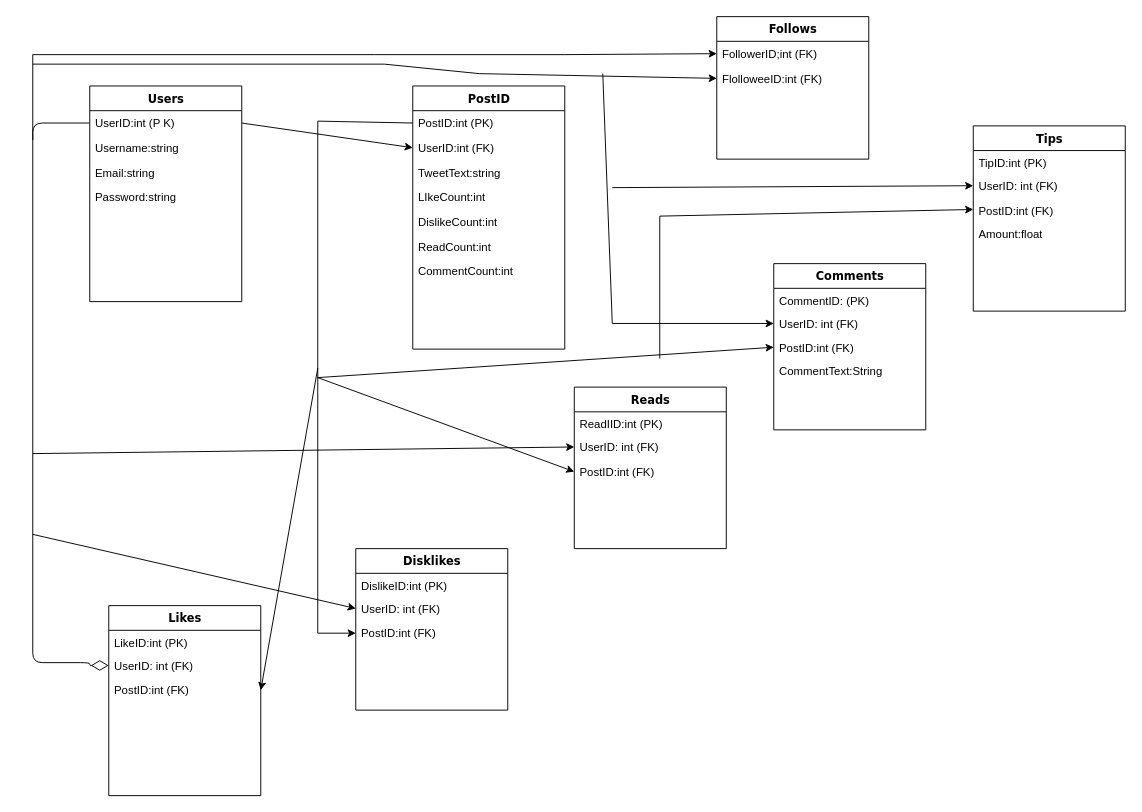
Before: database Diagram.drawio in Maoxi16/assignment, a draw.io diagram. Source tidied: cells renumbered, new cells numbered last; positions are measured from the earlier drawing's top-left corner, leaving out a move shared by most shapes. Both pictures are drawn from the tidied source at 95%, with x=0, y=0 at pixel (32, 16).
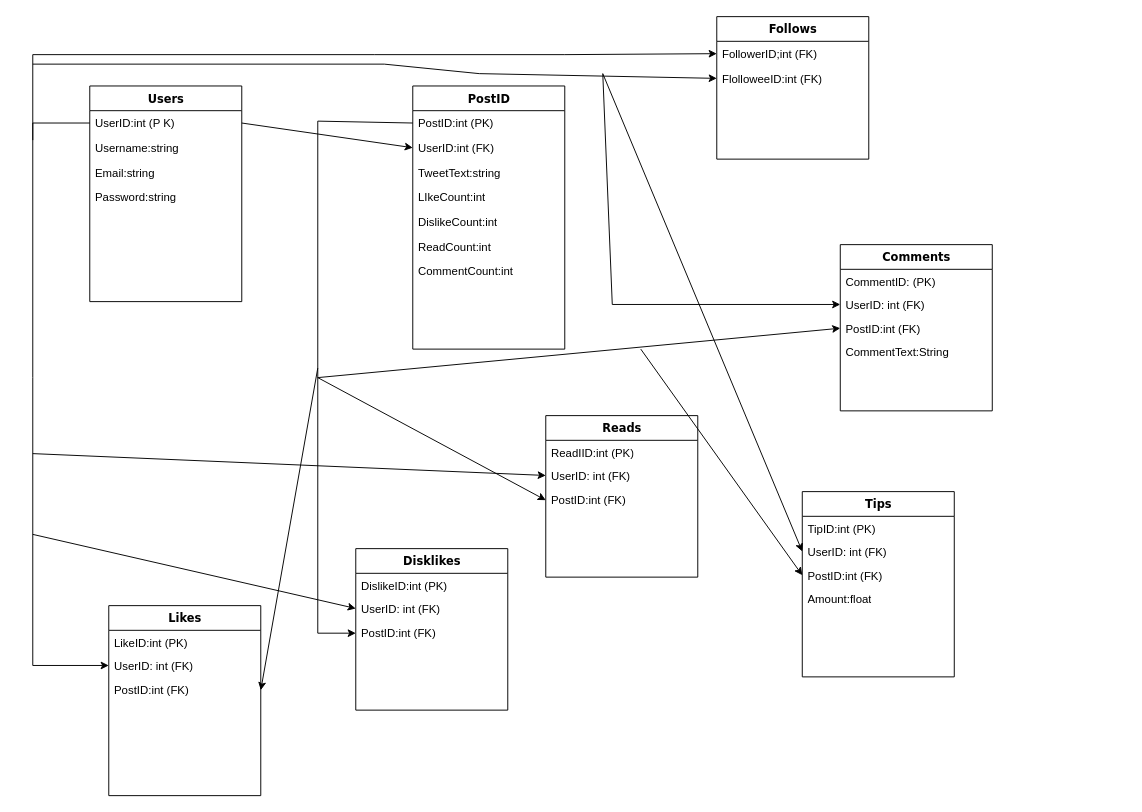
Above is the later version.

The change refers to these unchanged cells:
```xml
<mxCell id="4" value="UserID:int (P K)" style="text;html=1;strokeColor=none;fillColor=none;align=left;verticalAlign=top;spacingLeft=4;spacingRight=4;whiteSpace=wrap;overflow=hidden;points=[[0,0.5],[1,0.5]];portConstraint=eastwest;" parent="3" vertex="1">
  <mxGeometry y="26" width="160" height="26" as="geometry" />
</mxCell>
<mxCell id="21" value="UserID: int (FK)" style="text;html=1;strokeColor=none;fillColor=none;align=left;verticalAlign=top;spacingLeft=4;spacingRight=4;whiteSpace=wrap;overflow=hidden;points=[[0,0.5],[1,0.5]];portConstraint=eastwest;" parent="19" vertex="1">
  <mxGeometry y="50" width="160" height="26" as="geometry" />
</mxCell>
<mxCell id="33" value="UserID: int (FK)" style="text;html=1;strokeColor=none;fillColor=none;align=left;verticalAlign=top;spacingLeft=4;spacingRight=4;whiteSpace=wrap;overflow=hidden;points=[[0,0.5],[1,0.5]];portConstraint=eastwest;" parent="31" vertex="1">
  <mxGeometry y="50" width="160" height="26" as="geometry" />
</mxCell>
<mxCell id="38" value="UserID: int (FK)" style="text;html=1;strokeColor=none;fillColor=none;align=left;verticalAlign=top;spacingLeft=4;spacingRight=4;whiteSpace=wrap;overflow=hidden;points=[[0,0.5],[1,0.5]];portConstraint=eastwest;" parent="36" vertex="1">
  <mxGeometry y="50" width="160" height="26" as="geometry" />
</mxCell>
<mxCell id="39" value="PostID:int (FK)" style="text;html=1;strokeColor=none;fillColor=none;align=left;verticalAlign=top;spacingLeft=4;spacingRight=4;whiteSpace=wrap;overflow=hidden;points=[[0,0.5],[1,0.5]];portConstraint=eastwest;" parent="36" vertex="1">
  <mxGeometry y="76" width="160" height="24" as="geometry" />
</mxCell>
```

The edit, as a diff of the source:
```diff
@@
-    <mxCell id="2" style="edgeStyle=orthogonalEdgeStyle;html=1;labelBackgroundColor=none;startFill=0;startSize=8;endArrow=diamondThin;endFill=0;endSize=16;fontFamily=Verdana;fontSize=12;exitX=0;exitY=0.5;exitDx=0;exitDy=0;entryX=0;entryY=0.5;entryDx=0;entryDy=0;" parent="1" edge="1" source="4" target="21">
-      <mxGeometry relative="1" as="geometry">
-        <Array as="points">
-          <mxPoint y="112" />
-          <mxPoint y="680" />
-          <mxPoint x="60" y="680" />
-          <mxPoint x="60" y="683" />
-        </Array>
-      </mxGeometry>
-    </mxCell>
@@
     <mxCell id="27" value="Reads" style="swimlane;html=1;fontStyle=1;align=center;verticalAlign=top;horizontal=1;startSize=26;swimlaneFillColor=#ffffff;rounded=0;shadow=0;comic=0;labelBackgroundColor=none;strokeWidth=1;fillColor=none;fontFamily=Verdana;fontSize=12;" parent="1" vertex="1">
-      <mxGeometry x="570" y="390" width="160" height="170" as="geometry" />
+      <mxGeometry x="540" y="420" width="160" height="170" as="geometry" />
     </mxCell>
@@
     <mxCell id="31" value="Comments" style="swimlane;html=1;fontStyle=1;align=center;verticalAlign=top;horizontal=1;startSize=26;swimlaneFillColor=#ffffff;rounded=0;shadow=0;comic=0;labelBackgroundColor=none;strokeWidth=1;fillColor=none;fontFamily=Verdana;fontSize=12;" parent="1" vertex="1">
-      <mxGeometry x="780" y="260" width="160" height="175" as="geometry" />
+      <mxGeometry x="850" y="240" width="160" height="175" as="geometry" />
     </mxCell>
@@
     <mxCell id="36" value="Tips" style="swimlane;html=1;fontStyle=1;align=center;verticalAlign=top;horizontal=1;startSize=26;swimlaneFillColor=#ffffff;rounded=0;shadow=0;comic=0;labelBackgroundColor=none;strokeWidth=1;fillColor=none;fontFamily=Verdana;fontSize=12;" parent="1" vertex="1">
-      <mxGeometry x="990" y="115" width="160" height="195" as="geometry" />
+      <mxGeometry x="810" y="500" width="160" height="195" as="geometry" />
     </mxCell>
@@
     <mxCell id="49" style="endArrow=classic;html=1;rounded=0;entryX=0;entryY=0.5;entryDx=0;entryDy=0;" parent="1" edge="1" target="33">
       <mxGeometry relative="1" as="geometry">
         <mxPoint x="600" y="60" as="sourcePoint" />
         <Array as="points">
-          <mxPoint x="610" y="323" />
+          <mxPoint x="610" y="303" />
         </Array>
       </mxGeometry>
     </mxCell>
@@
     <mxCell id="51" style="endArrow=classic;html=1;rounded=0;entryX=0;entryY=0.5;entryDx=0;entryDy=0;" parent="1" edge="1" target="38">
       <mxGeometry relative="1" as="geometry">
-        <mxPoint x="610" y="180" as="sourcePoint" />
+        <mxPoint x="600" y="60" as="sourcePoint" />
       </mxGeometry>
     </mxCell>
-    <mxCell id="52" style="endArrow=classic;html=1;rounded=0;entryX=0;entryY=0.5;entryDx=0;entryDy=0;" parent="1" edge="1" target="39">
-      <mxGeometry relative="1" as="geometry">
-        <mxPoint x="660" y="360" as="sourcePoint" />
-        <Array as="points">
-          <mxPoint x="660" y="210" />
-        </Array>
-      </mxGeometry>
-    </mxCell>
+    <mxCell id="53" style="endArrow=classic;html=1;rounded=0;entryX=0;entryY=0.5;entryDx=0;entryDy=0;" parent="1" edge="1" target="39">
+      <mxGeometry relative="1" as="geometry">
+        <mxPoint x="640" y="350" as="sourcePoint" />
+      </mxGeometry>
+    </mxCell>
+    <mxCell id="2" style="endArrow=classic;html=1;rounded=0;entryX=0;entryY=0.5;entryDx=0;entryDy=0;exitX=0;exitY=0.5;exitDx=0;exitDy=0;" parent="1" edge="1" source="4" target="21">
+      <mxGeometry relative="1" as="geometry">
+        <Array as="points">
+          <mxPoint y="112" />
+          <mxPoint y="380" />
+          <mxPoint y="683" />
+        </Array>
+      </mxGeometry>
+    </mxCell>
```
